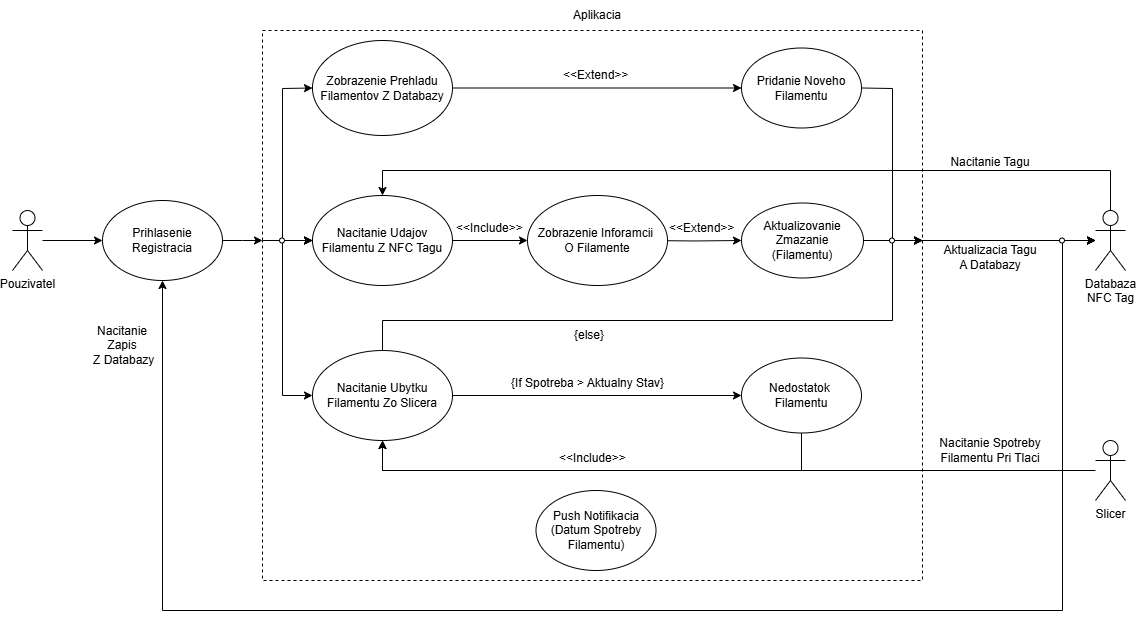
Earlier version of the draw.io export Use_Case_Diagram.png (Moriacik/SpoolSync). Source tidied: cells renumbered, new cells last; positions are measured from the earlier drawing's top-left corner, leaving out a move shared by most shapes.
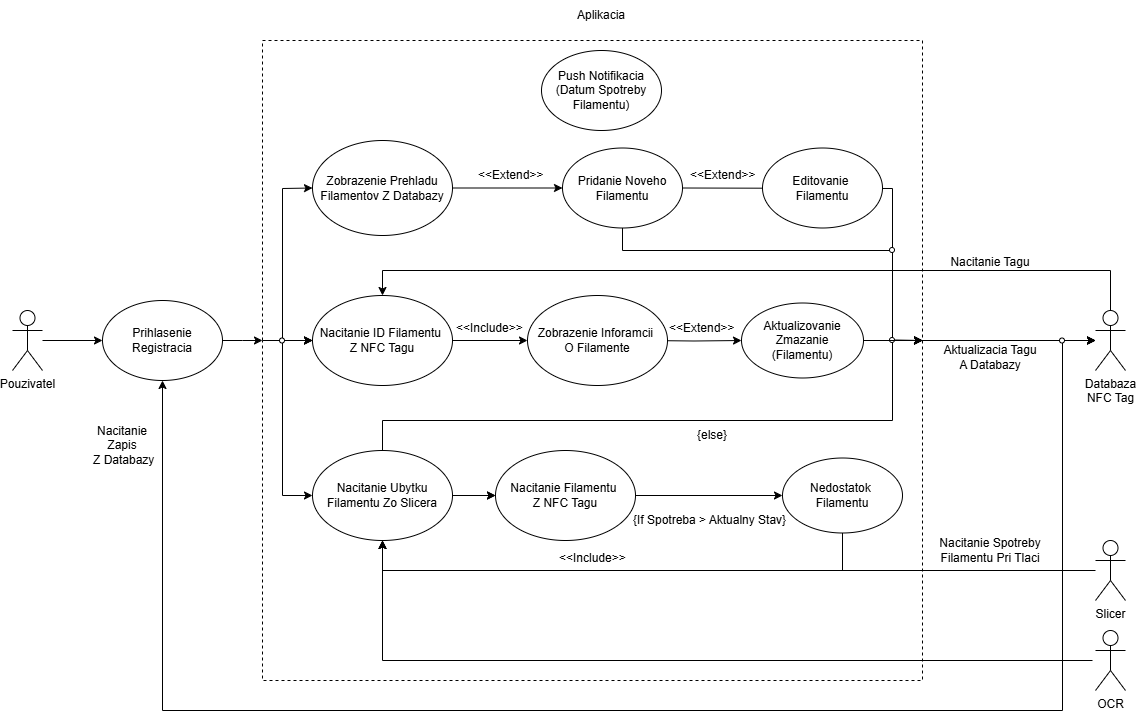
The same file after the commit.

The edit, as a diff of the source:
```diff
@@ -20,13 +20,13 @@
       <mxGeometry x="1083" y="210" width="30" height="60" as="geometry" />
     </mxCell>
     <mxCell id="7" value="Aplikacia" style="text;html=1;align=center;verticalAlign=middle;whiteSpace=wrap;rounded=0;" parent="1" vertex="1">
-      <mxGeometry x="555" width="60" height="30" as="geometry" />
+      <mxGeometry x="559" y="-100" width="60" height="30" as="geometry" />
     </mxCell>
     <mxCell id="8" value="Nacitanie&lt;div&gt;Zapis&lt;/div&gt;&lt;div&gt;&amp;nbsp;Z Databazy&lt;/div&gt;" style="text;html=1;align=center;verticalAlign=middle;whiteSpace=wrap;rounded=0;" parent="1" vertex="1">
       <mxGeometry x="70" y="330" width="80" height="30" as="geometry" />
     </mxCell>
     <mxCell id="9" value="Pridanie Noveho Filamentu" style="ellipse;whiteSpace=wrap;html=1;" parent="1" vertex="1">
-      <mxGeometry x="729" y="47.5" width="120" height="80" as="geometry" />
+      <mxGeometry x="550" y="47.5" width="120" height="80" as="geometry" />
     </mxCell>
     <mxCell id="10" style="edgeStyle=orthogonalEdgeStyle;rounded=0;jettySize=auto;html=1;" parent="1" edge="1" target="15">
       <mxGeometry relative="1" as="geometry">
@@ -36,12 +36,15 @@
     <mxCell id="11" style="edgeStyle=orthogonalEdgeStyle;rounded=0;jettySize=auto;html=1;" parent="1" edge="1" source="12" target="38">
       <mxGeometry relative="1" as="geometry" />
     </mxCell>
-    <mxCell id="12" value="Nacitanie Udajov Filamentu Z NFC Tagu" style="ellipse;whiteSpace=wrap;html=1;" parent="1" vertex="1">
+    <mxCell id="12" value="Nacitanie ID Filamentu&amp;nbsp;&lt;div&gt;Z NFC Tagu&lt;/div&gt;" style="ellipse;whiteSpace=wrap;html=1;" parent="1" vertex="1">
       <mxGeometry x="300" y="195" width="140" height="90" as="geometry" />
     </mxCell>
-    <mxCell id="13" style="edgeStyle=orthogonalEdgeStyle;rounded=0;jettySize=auto;html=1;" parent="1" edge="1" source="14" target="27">
+    <mxCell id="13" style="edgeStyle=orthogonalEdgeStyle;rounded=0;jettySize=auto;html=1;" parent="1" edge="1" source="59" target="27">
       <mxGeometry relative="1" as="geometry" />
     </mxCell>
+    <mxCell id="51" style="edgeStyle=orthogonalEdgeStyle;rounded=0;jettySize=auto;html=1;" parent="1" edge="1" source="14" target="59">
+      <mxGeometry relative="1" as="geometry" />
+    </mxCell>
     <mxCell id="14" value="Nacitanie Ubytku&lt;div&gt;Filamentu Zo Slicera&lt;/div&gt;" style="ellipse;whiteSpace=wrap;html=1;" parent="1" vertex="1">
       <mxGeometry x="300" y="350" width="140" height="90" as="geometry" />
     </mxCell>
@@ -112,15 +115,16 @@
         <mxPoint x="250" y="240" as="sourcePoint" />
         <mxPoint x="250" y="240" as="targetPoint" />
         <Array as="points">
-          <mxPoint x="250" y="30" />
-          <mxPoint x="910" y="30" />
+          <mxPoint x="250" y="-60" />
+          <mxPoint x="590" y="-60" />
+          <mxPoint x="910" y="-60" />
           <mxPoint x="910" y="580" />
           <mxPoint x="250" y="580" />
         </Array>
       </mxGeometry>
     </mxCell>
     <mxCell id="27" value="Nedostatok&amp;nbsp;&lt;div&gt;Filamentu&lt;/div&gt;" style="ellipse;whiteSpace=wrap;html=1;" parent="1" vertex="1">
-      <mxGeometry x="729" y="357.5" width="120" height="75" as="geometry" />
+      <mxGeometry x="770" y="357.5" width="120" height="75" as="geometry" />
     </mxCell>
     <mxCell id="28" value="&amp;lt;&amp;lt;Extend&amp;gt;&amp;gt;" style="text;strokeColor=none;fillColor=none;align=left;verticalAlign=middle;spacingLeft=4;spacingRight=4;overflow=hidden;whiteSpace=wrap;html=1;" parent="1" vertex="1">
       <mxGeometry x="651" y="213" width="78" height="30" as="geometry" />
@@ -137,16 +141,16 @@
       <mxGeometry x="928" y="147" width="100" height="30" as="geometry" />
     </mxCell>
     <mxCell id="31" value="Push Notifikacia&lt;div&gt;(Datum Spotreby&lt;/div&gt;&lt;div&gt;Filamentu)&lt;/div&gt;" style="ellipse;whiteSpace=wrap;html=1;" parent="1" vertex="1">
-      <mxGeometry x="523.5" y="490" width="120" height="80" as="geometry" />
+      <mxGeometry x="529" y="-50" width="120" height="80" as="geometry" />
     </mxCell>
     <mxCell id="32" value="&amp;lt;&amp;lt;Extend&amp;gt;&amp;gt;" style="text;strokeColor=none;fillColor=none;align=left;verticalAlign=middle;spacingLeft=4;spacingRight=4;overflow=hidden;whiteSpace=wrap;html=1;" parent="1" vertex="1">
-      <mxGeometry x="544.5" y="60" width="78" height="30" as="geometry" />
+      <mxGeometry x="460" y="60" width="78" height="30" as="geometry" />
     </mxCell>
     <mxCell id="33" value="&amp;lt;&amp;lt;Include&amp;gt;&amp;gt;" style="text;strokeColor=none;fillColor=none;align=left;verticalAlign=middle;spacingLeft=4;spacingRight=4;overflow=hidden;whiteSpace=wrap;html=1;" parent="1" vertex="1">
       <mxGeometry x="541" y="443" width="78" height="30" as="geometry" />
     </mxCell>
     <mxCell id="34" value="{If Spotreba &amp;gt; Aktualny Stav}" style="text;strokeColor=none;fillColor=none;align=left;verticalAlign=middle;spacingLeft=4;spacingRight=4;overflow=hidden;whiteSpace=wrap;html=1;" parent="1" vertex="1">
-      <mxGeometry x="492.8" y="368" width="174.5" height="30" as="geometry" />
+      <mxGeometry x="615" y="360" width="174.5" height="120" as="geometry" />
     </mxCell>
     <mxCell id="35" value="Slicer" style="shape=umlActor;verticalLabelPosition=bottom;verticalAlign=top;html=1;outlineConnect=0;" parent="1" vertex="1">
       <mxGeometry x="1083" y="440" width="30" height="60" as="geometry" />
@@ -167,8 +171,9 @@
     <mxCell id="39" value="&amp;lt;&amp;lt;Include&amp;gt;&amp;gt;" style="text;strokeColor=none;fillColor=none;align=left;verticalAlign=middle;spacingLeft=4;spacingRight=4;overflow=hidden;whiteSpace=wrap;html=1;" parent="1" vertex="1">
       <mxGeometry x="438" y="213" width="78" height="30" as="geometry" />
     </mxCell>
-    <mxCell id="40" style="endArrow=classic;html=1;rounded=0;exitX=1;exitY=0.5;exitDx=0;exitDy=0;" parent="1" edge="1" source="46">
+    <mxCell id="40" style="endArrow=classic;html=1;rounded=0;exitX=1;exitY=0.5;exitDx=0;exitDy=0;" parent="1" edge="1">
       <mxGeometry relative="1" as="geometry">
+        <mxPoint x="882" y="240" as="sourcePoint" />
         <mxPoint x="910" y="240" as="targetPoint" />
       </mxGeometry>
     </mxCell>
@@ -189,31 +194,74 @@
     <mxCell id="44" style="ellipse;whiteSpace=wrap;html=1;" parent="1" vertex="1">
       <mxGeometry x="267" y="237.5" width="5" height="5" as="geometry" />
     </mxCell>
-    <mxCell id="45" style="endArrow=classic;html=1;rounded=0;exitX=1;exitY=0.5;exitDx=0;exitDy=0;" parent="1" edge="1" source="15">
+    <mxCell id="45" style="endArrow=classic;html=1;rounded=0;exitX=1;exitY=0.5;exitDx=0;exitDy=0;" parent="1" edge="1" source="55">
       <mxGeometry relative="1" as="geometry">
         <mxPoint x="910" y="240" as="targetPoint" />
       </mxGeometry>
     </mxCell>
-    <mxCell id="46" style="ellipse;whiteSpace=wrap;html=1;" parent="1" vertex="1">
-      <mxGeometry x="877" y="237.5" width="5" height="5" as="geometry" />
-    </mxCell>
-    <mxCell id="47" style="endArrow=classic;html=1;rounded=0;exitX=1;exitY=0.5;exitDx=0;exitDy=0;" parent="1" edge="1" source="46" target="6">
-      <mxGeometry relative="1" as="geometry" />
+    <mxCell id="47" style="endArrow=classic;html=1;rounded=0;exitX=1;exitY=0.5;exitDx=0;exitDy=0;" parent="1" edge="1" target="6">
+      <mxGeometry relative="1" as="geometry">
+        <mxPoint x="882" y="240" as="sourcePoint" />
+      </mxGeometry>
     </mxCell>
     <mxCell id="48" style="ellipse;whiteSpace=wrap;html=1;" parent="1" vertex="1">
       <mxGeometry x="1047" y="237.5" width="5" height="5" as="geometry" />
     </mxCell>
     <mxCell id="49" value="{else}" style="text;strokeColor=none;fillColor=none;align=left;verticalAlign=middle;spacingLeft=4;spacingRight=4;overflow=hidden;whiteSpace=wrap;html=1;" parent="1" vertex="1">
-      <mxGeometry x="556.4" y="320" width="47.2" height="30" as="geometry" />
+      <mxGeometry x="678.6" y="320" width="47.2" height="30" as="geometry" />
     </mxCell>
     <mxCell id="50" style="endArrow=classic;html=1;rounded=0;exitX=0.5;exitY=1;exitDx=0;exitDy=0;" parent="1" edge="1" source="27">
       <mxGeometry relative="1" as="geometry">
         <mxPoint x="370" y="440" as="targetPoint" />
         <Array as="points">
-          <mxPoint x="789" y="470" />
+          <mxPoint x="830" y="470" />
           <mxPoint x="370" y="470" />
         </Array>
       </mxGeometry>
     </mxCell>
+    <mxCell id="52" value="Editovanie&amp;nbsp;&lt;div&gt;Filamentu&lt;/div&gt;" style="ellipse;whiteSpace=wrap;html=1;" parent="1" vertex="1">
+      <mxGeometry x="750" y="47.5" width="120" height="80" as="geometry" />
+    </mxCell>
+    <mxCell id="53" style="endArrow=classic;html=1;rounded=0;exitX=0.5;exitY=1;exitDx=0;exitDy=0;" parent="1" edge="1" source="9">
+      <mxGeometry relative="1" as="geometry">
+        <mxPoint x="910" y="240" as="targetPoint" />
+        <Array as="points">
+          <mxPoint x="610" y="150" />
+          <mxPoint x="880" y="150" />
+          <mxPoint x="880" y="240" />
+        </Array>
+      </mxGeometry>
+    </mxCell>
+    <mxCell id="54" style="ellipse;whiteSpace=wrap;html=1;" parent="1" vertex="1">
+      <mxGeometry x="877" y="147" width="5" height="5" as="geometry" />
+    </mxCell>
+    <mxCell id="55" style="ellipse;whiteSpace=wrap;html=1;" parent="1" vertex="1">
+      <mxGeometry x="877" y="237" width="5" height="5" as="geometry" />
+    </mxCell>
+    <mxCell id="56" style="endArrow=classic;html=1;rounded=0;exitX=1;exitY=0.5;exitDx=0;exitDy=0;" parent="1" edge="1" source="15">
+      <mxGeometry relative="1" as="geometry">
+        <mxPoint x="910" y="240" as="targetPoint" />
+      </mxGeometry>
+    </mxCell>
+    <mxCell id="57" value="&amp;lt;&amp;lt;Extend&amp;gt;&amp;gt;" style="text;strokeColor=none;fillColor=none;align=left;verticalAlign=middle;spacingLeft=4;spacingRight=4;overflow=hidden;whiteSpace=wrap;html=1;" parent="1" vertex="1">
+      <mxGeometry x="672" y="60" width="78" height="30" as="geometry" />
+    </mxCell>
+    <mxCell id="58" style="edgeStyle=orthogonalEdgeStyle;rounded=0;jettySize=auto;html=1;" parent="1" edge="1" source="14" target="59">
+      <mxGeometry relative="1" as="geometry" />
+    </mxCell>
+    <mxCell id="59" value="Nacitanie Filamentu&amp;nbsp;&lt;div&gt;Z NFC Tagu&lt;/div&gt;" style="ellipse;whiteSpace=wrap;html=1;" parent="1" vertex="1">
+      <mxGeometry x="483" y="350" width="140" height="90" as="geometry" />
+    </mxCell>
+    <mxCell id="60" value="OCR" style="shape=umlActor;verticalLabelPosition=bottom;verticalAlign=top;html=1;" parent="1" vertex="1">
+      <mxGeometry x="1083" y="530" width="30" height="60" as="geometry" />
+    </mxCell>
+    <mxCell id="61" style="endArrow=classic;html=1;rounded=0;entryX=0.5;entryY=1;entryDx=0;entryDy=0;" parent="1" edge="1" target="14">
+      <mxGeometry relative="1" as="geometry">
+        <mxPoint x="1080" y="560" as="sourcePoint" />
+        <Array as="points">
+          <mxPoint x="370" y="560" />
+        </Array>
+      </mxGeometry>
+    </mxCell>
   </root>
 </mxGraphModel>
```
